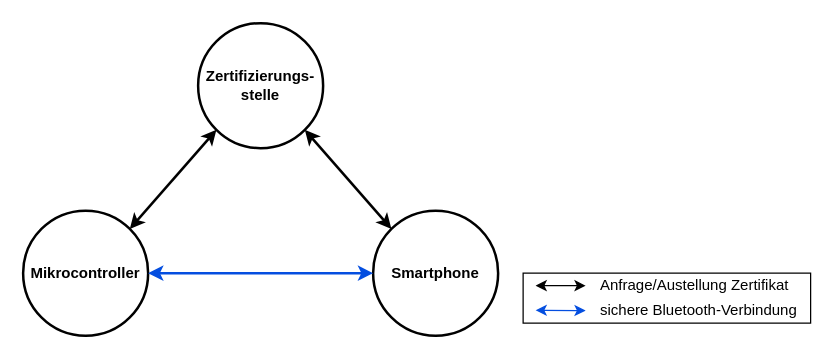
This is doc/bachelor_thesis_german/graphics/source/infra_topologie.drawio from immrn/secure-ble-for-esp32-android, a draw.io file, before an edit. Source tidied: cells renumbered, new cells numbered last; positions are measured from the earlier drawing's top-left corner, leaving out a move shared by most shapes. Both pictures are drawn from the tidied source at 125%, with x=0, y=0 at pixel (22, 22).
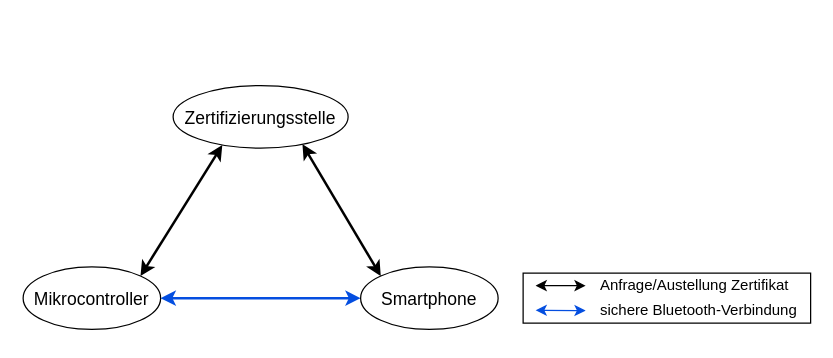
Above is the later version.

What changed in the source:
```diff
@@
 <mxGraphModel>
   <root>
     <mxCell id="0" />
     <mxCell id="1" parent="0" />
     <mxCell id="2" style="rounded=0;whiteSpace=wrap;html=1;strokeWidth=1;" parent="1" vertex="1">
       <mxGeometry x="400" y="200" width="230" height="40" as="geometry" />
     </mxCell>
-    <mxCell id="3" value="Zertifizierungs-stelle" style="ellipse;whiteSpace=wrap;html=1;strokeWidth=2;fontStyle=1;" parent="1" vertex="1">
-      <mxGeometry x="140" width="100" height="100" as="geometry" />
-    </mxCell>
-    <mxCell id="4" value="Mikrocontroller" style="ellipse;whiteSpace=wrap;html=1;fontStyle=1;strokeWidth=2;" parent="1" vertex="1">
-      <mxGeometry y="150" width="100" height="100" as="geometry" />
-    </mxCell>
-    <mxCell id="5" value="Smartphone" style="ellipse;whiteSpace=wrap;html=1;fontStyle=1;strokeWidth=2;" parent="1" vertex="1">
-      <mxGeometry x="280" y="150" width="100" height="100" as="geometry" />
-    </mxCell>
-    <mxCell id="6" style="endArrow=classic;startArrow=classic;html=1;exitX=1;exitY=0.5;exitDx=0;exitDy=0;entryX=0;entryY=0.5;entryDx=0;entryDy=0;fillColor=#fa6800;strokeWidth=2;strokeColor=#044EE0;" parent="1" edge="1" source="4" target="5">
+    <mxCell id="6" style="endArrow=classic;startArrow=classic;html=1;exitX=1;exitY=0.5;exitDx=0;exitDy=0;fillColor=#fa6800;strokeWidth=2;strokeColor=#044EE0;entryX=0;entryY=0.5;entryDx=0;entryDy=0;" parent="1" edge="1" source="4" target="5">
       <mxGeometry relative="1" as="geometry" />
     </mxCell>
-    <mxCell id="7" style="endArrow=classic;startArrow=classic;html=1;exitX=1;exitY=0;exitDx=0;exitDy=0;entryX=0;entryY=1;entryDx=0;entryDy=0;strokeWidth=2;" parent="1" edge="1" source="4" target="3">
+    <mxCell id="7" style="endArrow=classic;startArrow=classic;html=1;exitX=1;exitY=0;exitDx=0;exitDy=0;entryX=0.281;entryY=0.951;entryDx=0;entryDy=0;strokeWidth=2;entryPerimeter=0;" parent="1" edge="1" source="4" target="13">
       <mxGeometry relative="1" as="geometry" />
     </mxCell>
-    <mxCell id="8" style="endArrow=classic;startArrow=classic;html=1;exitX=0;exitY=0;exitDx=0;exitDy=0;entryX=1;entryY=1;entryDx=0;entryDy=0;strokeWidth=2;" parent="1" edge="1" source="5" target="3">
+    <mxCell id="8" style="endArrow=classic;startArrow=classic;html=1;exitX=0;exitY=0;exitDx=0;exitDy=0;entryX=0.739;entryY=0.937;entryDx=0;entryDy=0;strokeWidth=2;entryPerimeter=0;" parent="1" edge="1" source="5" target="13">
       <mxGeometry relative="1" as="geometry" />
     </mxCell>
     <mxCell id="9" style="endArrow=classic;startArrow=classic;html=1;exitX=1;exitY=0.5;exitDx=0;exitDy=0;fillColor=#fa6800;strokeWidth=1;strokeColor=#044EE0;" parent="1" edge="1">
       <mxGeometry relative="1" as="geometry">
         <mxPoint x="410" y="229.7" as="sourcePoint" />
         <mxPoint x="450" y="230" as="targetPoint" />
       </mxGeometry>
     </mxCell>
     <mxCell id="10" style="endArrow=classic;startArrow=classic;html=1;exitX=1;exitY=0.5;exitDx=0;exitDy=0;fillColor=#fa6800;strokeWidth=1;" parent="1" edge="1">
       <mxGeometry relative="1" as="geometry">
         <mxPoint x="410" y="210" as="sourcePoint" />
         <mxPoint x="450" y="210" as="targetPoint" />
       </mxGeometry>
     </mxCell>
     <mxCell id="11" value="&lt;font style=&quot;font-size: 12px&quot;&gt;Anfrage/Austellung Zertifikat&lt;/font&gt;" style="text;html=1;strokeColor=none;fillColor=none;align=left;verticalAlign=middle;whiteSpace=wrap;rounded=0;" parent="1" vertex="1">
       <mxGeometry x="460" y="200" width="160" height="20" as="geometry" />
     </mxCell>
     <mxCell id="12" value="&lt;font style=&quot;font-size: 12px&quot;&gt;sichere Bluetooth-Verbindung&lt;/font&gt;" style="text;html=1;strokeColor=none;fillColor=none;align=left;verticalAlign=middle;whiteSpace=wrap;rounded=0;" parent="1" vertex="1">
       <mxGeometry x="460" y="220" width="160" height="20" as="geometry" />
     </mxCell>
+    <mxCell id="13" value="&lt;font style=&quot;font-size: 14px&quot;&gt;Zertifizierungsstelle&lt;/font&gt;" style="ellipse;whiteSpace=wrap;html=1;fontSize=16;" parent="1" vertex="1">
+      <mxGeometry x="120" y="50" width="140" height="50" as="geometry" />
+    </mxCell>
+    <mxCell id="4" value="&lt;font style=&quot;font-size: 14px&quot;&gt;Mikrocontroller&lt;/font&gt;" style="ellipse;whiteSpace=wrap;html=1;fontSize=16;" parent="1" vertex="1">
+      <mxGeometry y="195" width="110" height="50" as="geometry" />
+    </mxCell>
+    <mxCell id="5" value="&lt;font style=&quot;font-size: 14px&quot;&gt;Smartphone&lt;/font&gt;" style="ellipse;whiteSpace=wrap;html=1;fontSize=16;" parent="1" vertex="1">
+      <mxGeometry x="270" y="195" width="110" height="50" as="geometry" />
+    </mxCell>
   </root>
 </mxGraphModel>
```
